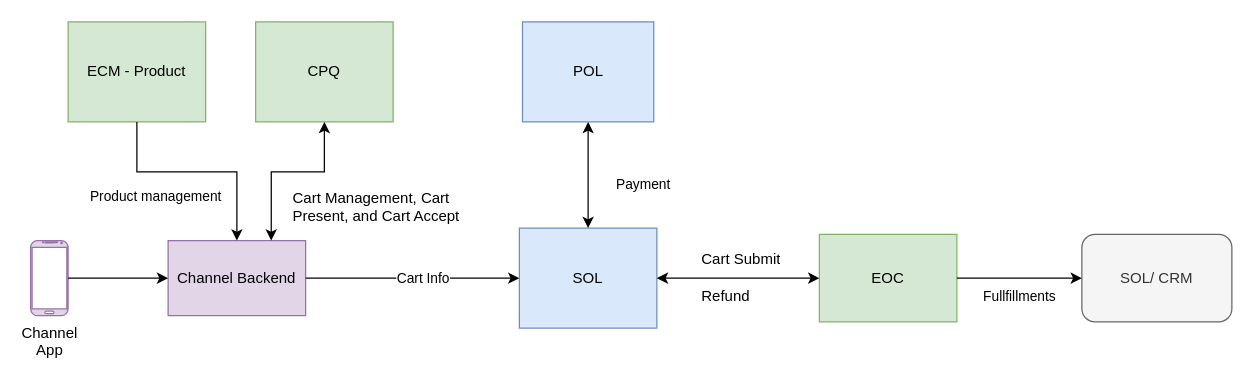
Earlier version of the draw.io diagram addon-market-place-phase-1.drawio (theasad/draw.io). Source tidied: cells renumbered, new cells numbered last; positions are measured from the earlier drawing's top-left corner, leaving out a move shared by most shapes. Both pictures are drawn from the tidied source at 125%, with x=0, y=0 at pixel (30, 21).
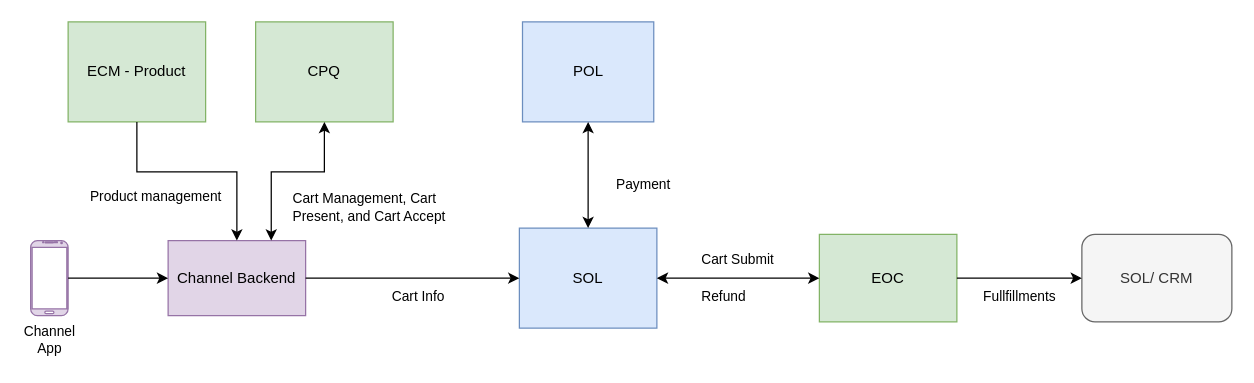
After the change.

The change refers to these unchanged cells:
```xml
<mxCell id="5" value="Channel Backend" style="rounded=0;whiteSpace=wrap;html=1;fillColor=#e1d5e7;strokeColor=#9673a6;" parent="1" vertex="1">
  <mxGeometry x="110" y="175" width="110" height="60" as="geometry" />
</mxCell>
<mxCell id="7" value="SOL" style="rounded=0;whiteSpace=wrap;html=1;fillColor=#dae8fc;strokeColor=#6c8ebf;" parent="1" vertex="1">
  <mxGeometry x="391" y="165" width="110" height="80" as="geometry" />
</mxCell>
```

What changed in the source:
```diff
@@
-    <mxCell id="4" value="Channel&#10;App" style="verticalLabelPosition=bottom;verticalAlign=top;html=1;shadow=0;dashed=0;outlineConnect=0;shape=mxgraph.android.phone2;fillColor=#e1d5e7;strokeColor=#9673a6;" parent="1" vertex="1">
+    <mxCell id="4" value="Channel&#10;App" style="verticalLabelPosition=bottom;verticalAlign=top;html=1;shadow=0;dashed=0;outlineConnect=0;shape=mxgraph.android.phone2;fillColor=#e1d5e7;strokeColor=#9673a6;fontSize=11;" parent="1" vertex="1">
       <mxGeometry y="175" width="30" height="60" as="geometry" />
     </mxCell>
@@
     <mxCell id="12" value="Cart Info" style="edgeStyle=orthogonalEdgeStyle;rounded=0;jettySize=auto;html=1;" parent="1" edge="1" source="5" target="7">
-      <mxGeometry x="-0.08" y="-15" relative="1" as="geometry">
-        <mxPoint x="15" y="-15" as="offset" />
-      </mxGeometry>
+      <mxGeometry x="0.05" y="-15" relative="1" as="geometry" />
     </mxCell>
@@
-    <mxCell id="16" value="Cart Management, Cart Present, and Cart Accept&amp;nbsp;" style="text;strokeColor=none;fillColor=none;align=left;verticalAlign=middle;spacingLeft=4;spacingRight=4;overflow=hidden;whiteSpace=wrap;html=1;" parent="1" vertex="1">
+    <mxCell id="16" value="&lt;font style=&quot;font-size: 11px;&quot;&gt;Cart Management, Cart Present, and Cart Accept&amp;nbsp;&lt;/font&gt;" style="text;strokeColor=none;fillColor=none;align=left;verticalAlign=middle;spacingLeft=4;spacingRight=4;overflow=hidden;whiteSpace=wrap;html=1;" parent="1" vertex="1">
       <mxGeometry x="204" y="130" width="160" height="35" as="geometry" />
     </mxCell>
@@
-    <mxCell id="18" value="Cart Submit" style="text;strokeColor=none;fillColor=none;align=left;verticalAlign=middle;spacingLeft=4;spacingRight=4;overflow=hidden;whiteSpace=wrap;html=1;" parent="1" vertex="1">
+    <mxCell id="18" value="Cart Submit" style="text;strokeColor=none;fillColor=none;align=left;verticalAlign=middle;spacingLeft=4;spacingRight=4;overflow=hidden;whiteSpace=wrap;html=1;fontSize=11;" parent="1" vertex="1">
       <mxGeometry x="531" y="180" width="80" height="20" as="geometry" />
     </mxCell>
-    <mxCell id="19" value="Refund" style="text;strokeColor=none;fillColor=none;align=left;verticalAlign=middle;spacingLeft=4;spacingRight=4;overflow=hidden;whiteSpace=wrap;html=1;" parent="1" vertex="1">
+    <mxCell id="19" value="Refund" style="text;strokeColor=none;fillColor=none;align=left;verticalAlign=middle;spacingLeft=4;spacingRight=4;overflow=hidden;whiteSpace=wrap;html=1;autosizeText=0;fontSize=11;" parent="1" vertex="1">
       <mxGeometry x="531" y="210" width="80" height="20" as="geometry" />
     </mxCell>
```
